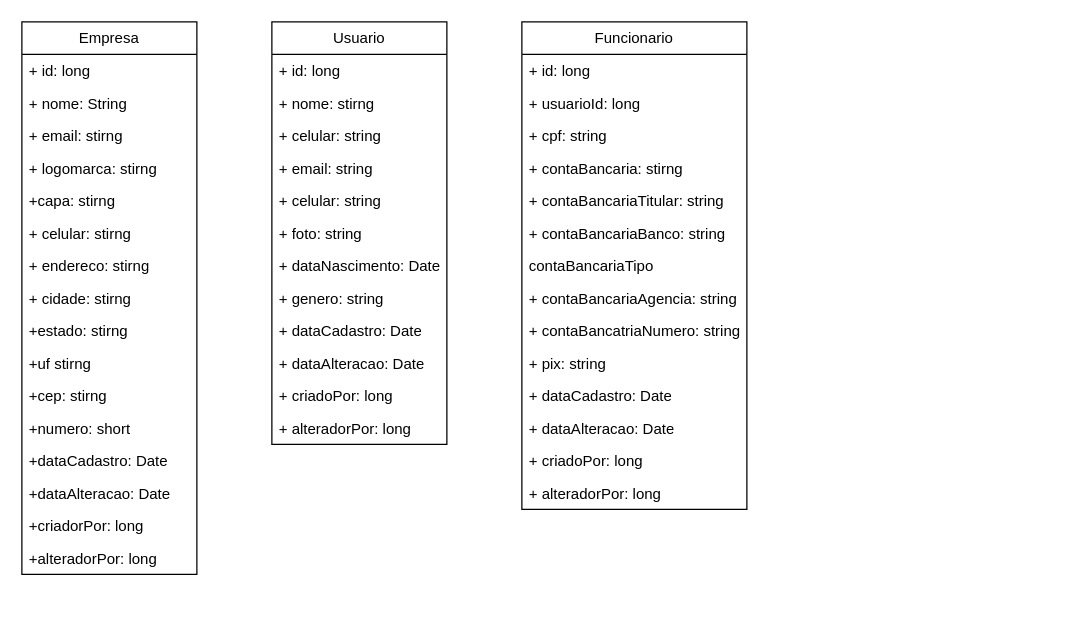
elsoncosta/GoBarber keeps this draw.io diagram as Diagrama sem nome.drawio. Above is the earlier version. Source tidied: cells renumbered, new cells numbered last; positions are measured from the earlier drawing's top-left corner, leaving out a move shared by most shapes. Both pictures are drawn from the tidied source at 125%, with x=0, y=0 at pixel (21, 21).
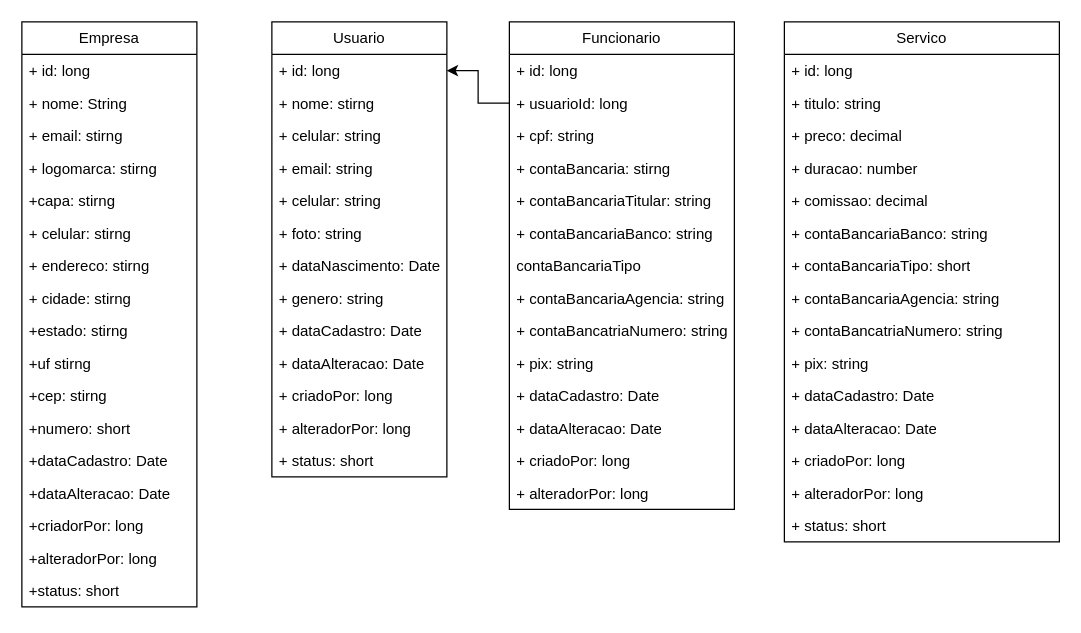
The same page after the edit.

The change refers to these unchanged cells:
```xml
<mxCell id="20" value="+ id: long" style="text;strokeColor=none;fillColor=none;align=left;verticalAlign=top;spacingLeft=4;spacingRight=4;overflow=hidden;points=[[0,0.5],[1,0.5]];portConstraint=eastwest;whiteSpace=wrap;html=1;" parent="19" vertex="1">
  <mxGeometry y="26" width="140" height="26" as="geometry" />
</mxCell>
<mxCell id="34" value="+ usuarioId: long" style="text;strokeColor=none;fillColor=none;align=left;verticalAlign=top;spacingLeft=4;spacingRight=4;overflow=hidden;points=[[0,0.5],[1,0.5]];portConstraint=eastwest;whiteSpace=wrap;html=1;" parent="32" vertex="1">
  <mxGeometry y="52" width="180" height="26" as="geometry" />
</mxCell>
```

What changed in the source:
```diff
@@
     <mxCell id="2" value="Empresa" style="swimlane;fontStyle=0;horizontal=1;startSize=26;fillColor=none;whiteSpace=wrap;html=1;" parent="1" vertex="1">
-      <mxGeometry width="140" height="442" as="geometry" />
+      <mxGeometry width="140" height="468" as="geometry" />
     </mxCell>
@@
+    <mxCell id="47" value="+status: short" style="text;strokeColor=none;fillColor=none;align=left;verticalAlign=top;spacingLeft=4;spacingRight=4;overflow=hidden;whiteSpace=wrap;html=1;" parent="2" vertex="1">
+      <mxGeometry y="442" width="140" height="26" as="geometry" />
+    </mxCell>
     <mxCell id="19" value="Usuario" style="swimlane;fontStyle=0;horizontal=1;startSize=26;fillColor=none;whiteSpace=wrap;html=1;" parent="1" vertex="1">
-      <mxGeometry x="200" width="140" height="338" as="geometry" />
+      <mxGeometry x="200" width="140" height="364" as="geometry" />
     </mxCell>
@@
+    <mxCell id="48" value="+ status: short" style="text;strokeColor=none;fillColor=none;align=left;verticalAlign=top;spacingLeft=4;spacingRight=4;overflow=hidden;whiteSpace=wrap;html=1;" parent="19" vertex="1">
+      <mxGeometry y="338" width="140" height="26" as="geometry" />
+    </mxCell>
     <mxCell id="32" value="Funcionario" style="swimlane;fontStyle=0;horizontal=1;startSize=26;fillColor=none;whiteSpace=wrap;html=1;" parent="1" vertex="1">
-      <mxGeometry x="400" width="180" height="390" as="geometry" />
+      <mxGeometry x="390" width="180" height="390" as="geometry" />
     </mxCell>
@@
+    <mxCell id="49" style="edgeStyle=orthogonalEdgeStyle;rounded=0;jettySize=auto;html=1;exitX=0;exitY=0.5;exitDx=0;exitDy=0;entryX=1;entryY=0.5;entryDx=0;entryDy=0;" parent="1" edge="1" source="34" target="20">
+      <mxGeometry relative="1" as="geometry" />
+    </mxCell>
+    <mxCell id="50" value="Servico" style="swimlane;fontStyle=0;horizontal=1;startSize=26;fillColor=none;whiteSpace=wrap;html=1;" parent="1" vertex="1">
+      <mxGeometry x="610" width="220" height="416" as="geometry" />
+    </mxCell>
+    <mxCell id="51" value="+ id: long" style="text;strokeColor=none;fillColor=none;align=left;verticalAlign=top;spacingLeft=4;spacingRight=4;overflow=hidden;whiteSpace=wrap;html=1;" parent="50" vertex="1">
+      <mxGeometry y="26" width="220" height="26" as="geometry" />
+    </mxCell>
+    <mxCell id="52" value="+ titulo: string" style="text;strokeColor=none;fillColor=none;align=left;verticalAlign=top;spacingLeft=4;spacingRight=4;overflow=hidden;whiteSpace=wrap;html=1;" parent="50" vertex="1">
+      <mxGeometry y="52" width="220" height="26" as="geometry" />
+    </mxCell>
+    <mxCell id="53" value="+ preco: decimal" style="text;strokeColor=none;fillColor=none;align=left;verticalAlign=top;spacingLeft=4;spacingRight=4;overflow=hidden;whiteSpace=wrap;html=1;" parent="50" vertex="1">
+      <mxGeometry y="78" width="220" height="26" as="geometry" />
+    </mxCell>
+    <mxCell id="54" value="+ duracao:&amp;nbsp;number" style="text;strokeColor=none;fillColor=none;align=left;verticalAlign=top;spacingLeft=4;spacingRight=4;overflow=hidden;whiteSpace=wrap;html=1;" parent="50" vertex="1">
+      <mxGeometry y="104" width="220" height="26" as="geometry" />
+    </mxCell>
+    <mxCell id="55" value="+ comissao: decimal" style="text;strokeColor=none;fillColor=none;align=left;verticalAlign=top;spacingLeft=4;spacingRight=4;overflow=hidden;whiteSpace=wrap;html=1;" parent="50" vertex="1">
+      <mxGeometry y="130" width="220" height="26" as="geometry" />
+    </mxCell>
+    <mxCell id="56" value="+ contaBancariaBanco: string" style="text;strokeColor=none;fillColor=none;align=left;verticalAlign=top;spacingLeft=4;spacingRight=4;overflow=hidden;whiteSpace=wrap;html=1;" parent="50" vertex="1">
+      <mxGeometry y="156" width="220" height="26" as="geometry" />
+    </mxCell>
+    <mxCell id="57" value="+ contaBancariaTipo: short" style="text;strokeColor=none;fillColor=none;align=left;verticalAlign=top;spacingLeft=4;spacingRight=4;overflow=hidden;whiteSpace=wrap;html=1;" parent="50" vertex="1">
+      <mxGeometry y="182" width="220" height="26" as="geometry" />
+    </mxCell>
+    <mxCell id="58" value="+ contaBancariaAgencia: string" style="text;strokeColor=none;fillColor=none;align=left;verticalAlign=top;spacingLeft=4;spacingRight=4;overflow=hidden;whiteSpace=wrap;html=1;" parent="50" vertex="1">
+      <mxGeometry y="208" width="220" height="26" as="geometry" />
+    </mxCell>
+    <mxCell id="59" value="+ contaBancatriaNumero: string" style="text;strokeColor=none;fillColor=none;align=left;verticalAlign=top;spacingLeft=4;spacingRight=4;overflow=hidden;whiteSpace=wrap;html=1;" parent="50" vertex="1">
+      <mxGeometry y="234" width="220" height="26" as="geometry" />
+    </mxCell>
+    <mxCell id="60" value="+ pix: string" style="text;strokeColor=none;fillColor=none;align=left;verticalAlign=top;spacingLeft=4;spacingRight=4;overflow=hidden;whiteSpace=wrap;html=1;" parent="50" vertex="1">
+      <mxGeometry y="260" width="220" height="26" as="geometry" />
+    </mxCell>
+    <mxCell id="61" value="+ dataCadastro: Date" style="text;strokeColor=none;fillColor=none;align=left;verticalAlign=top;spacingLeft=4;spacingRight=4;overflow=hidden;whiteSpace=wrap;html=1;" parent="50" vertex="1">
+      <mxGeometry y="286" width="220" height="26" as="geometry" />
+    </mxCell>
+    <mxCell id="62" value="+ dataAlteracao: Date" style="text;strokeColor=none;fillColor=none;align=left;verticalAlign=top;spacingLeft=4;spacingRight=4;overflow=hidden;whiteSpace=wrap;html=1;" parent="50" vertex="1">
+      <mxGeometry y="312" width="220" height="26" as="geometry" />
+    </mxCell>
+    <mxCell id="63" value="+ criadoPor: long" style="text;strokeColor=none;fillColor=none;align=left;verticalAlign=top;spacingLeft=4;spacingRight=4;overflow=hidden;whiteSpace=wrap;html=1;" parent="50" vertex="1">
+      <mxGeometry y="338" width="220" height="26" as="geometry" />
+    </mxCell>
+    <mxCell id="64" value="+ alteradorPor: long" style="text;strokeColor=none;fillColor=none;align=left;verticalAlign=top;spacingLeft=4;spacingRight=4;overflow=hidden;whiteSpace=wrap;html=1;" parent="50" vertex="1">
+      <mxGeometry y="364" width="220" height="26" as="geometry" />
+    </mxCell>
+    <mxCell id="65" value="+ status: short" style="text;strokeColor=none;fillColor=none;align=left;verticalAlign=top;spacingLeft=4;spacingRight=4;overflow=hidden;whiteSpace=wrap;html=1;" parent="50" vertex="1">
+      <mxGeometry y="390" width="220" height="26" as="geometry" />
+    </mxCell>
```
